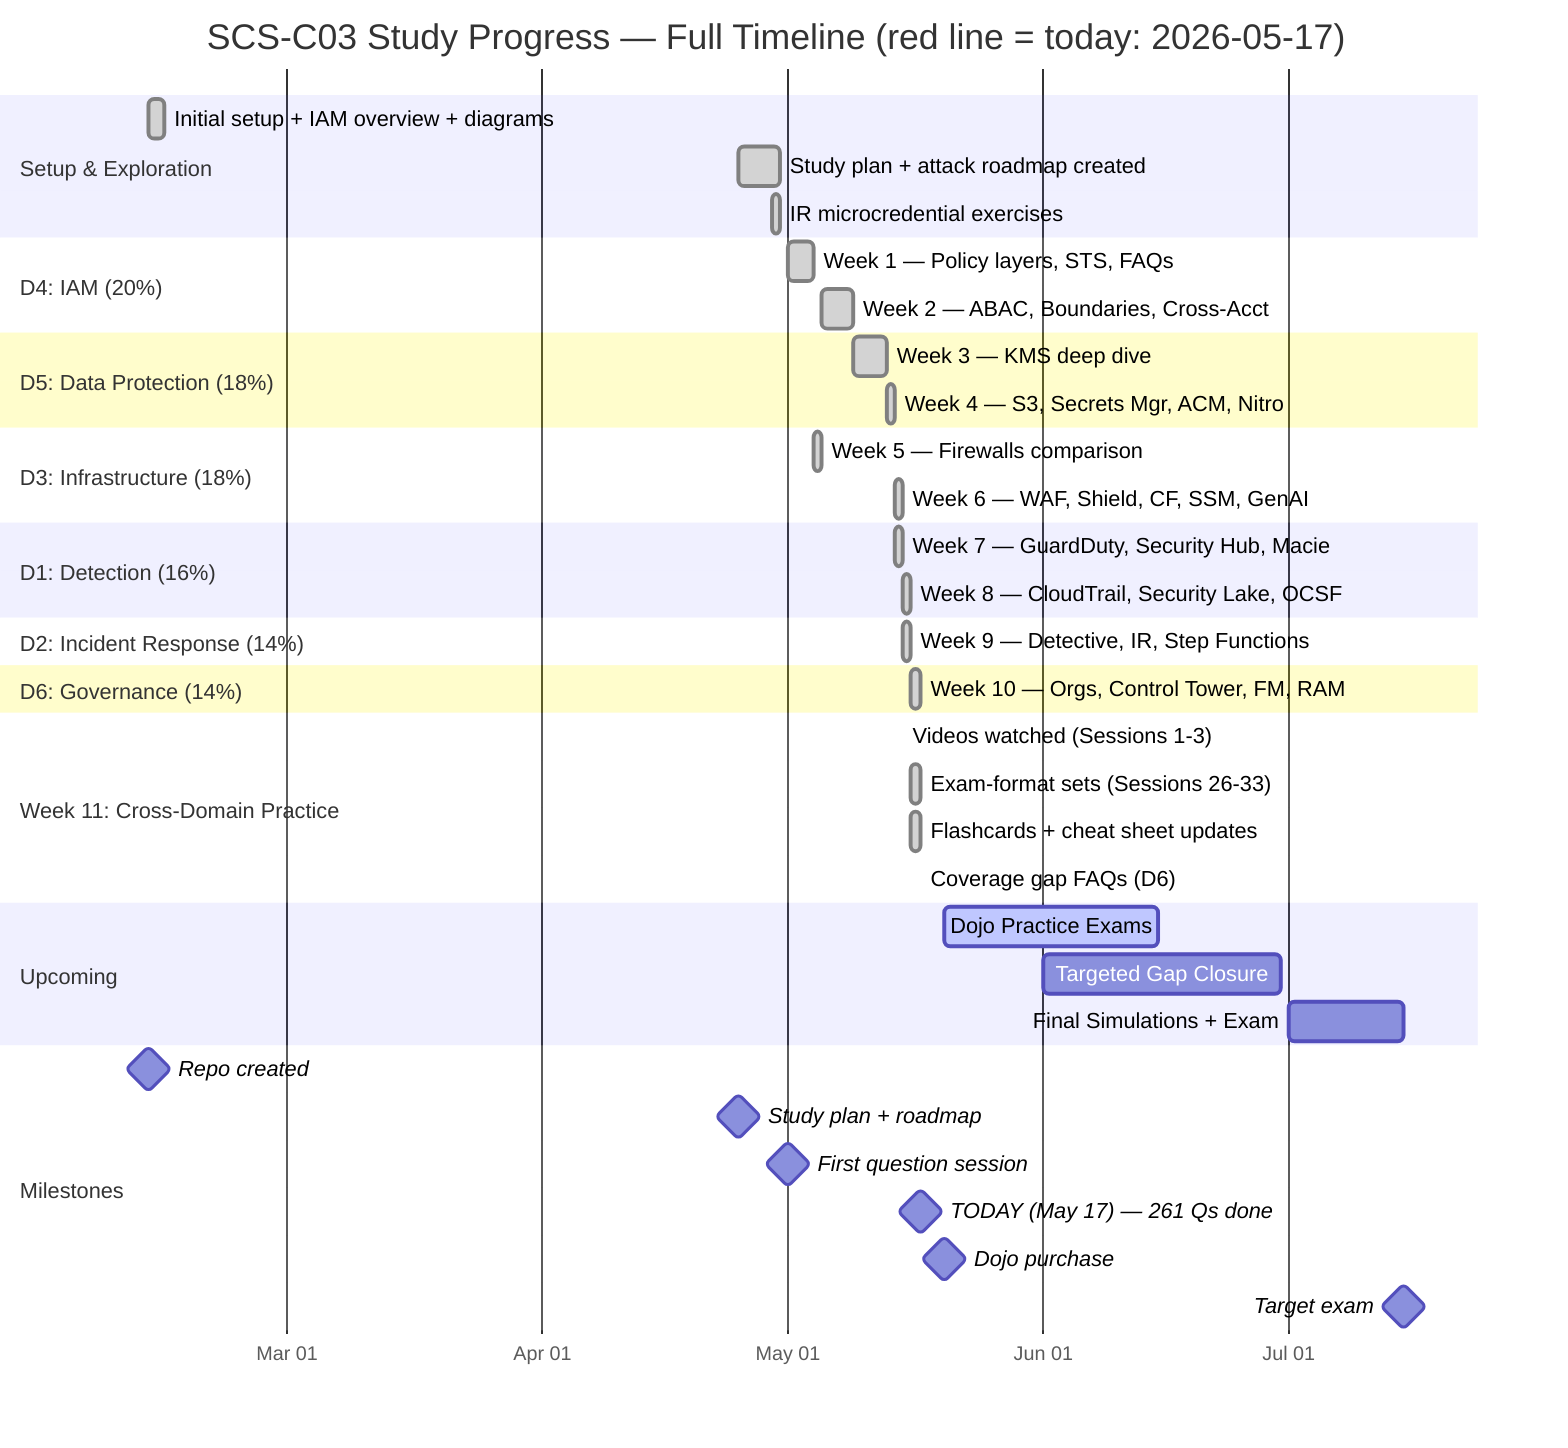
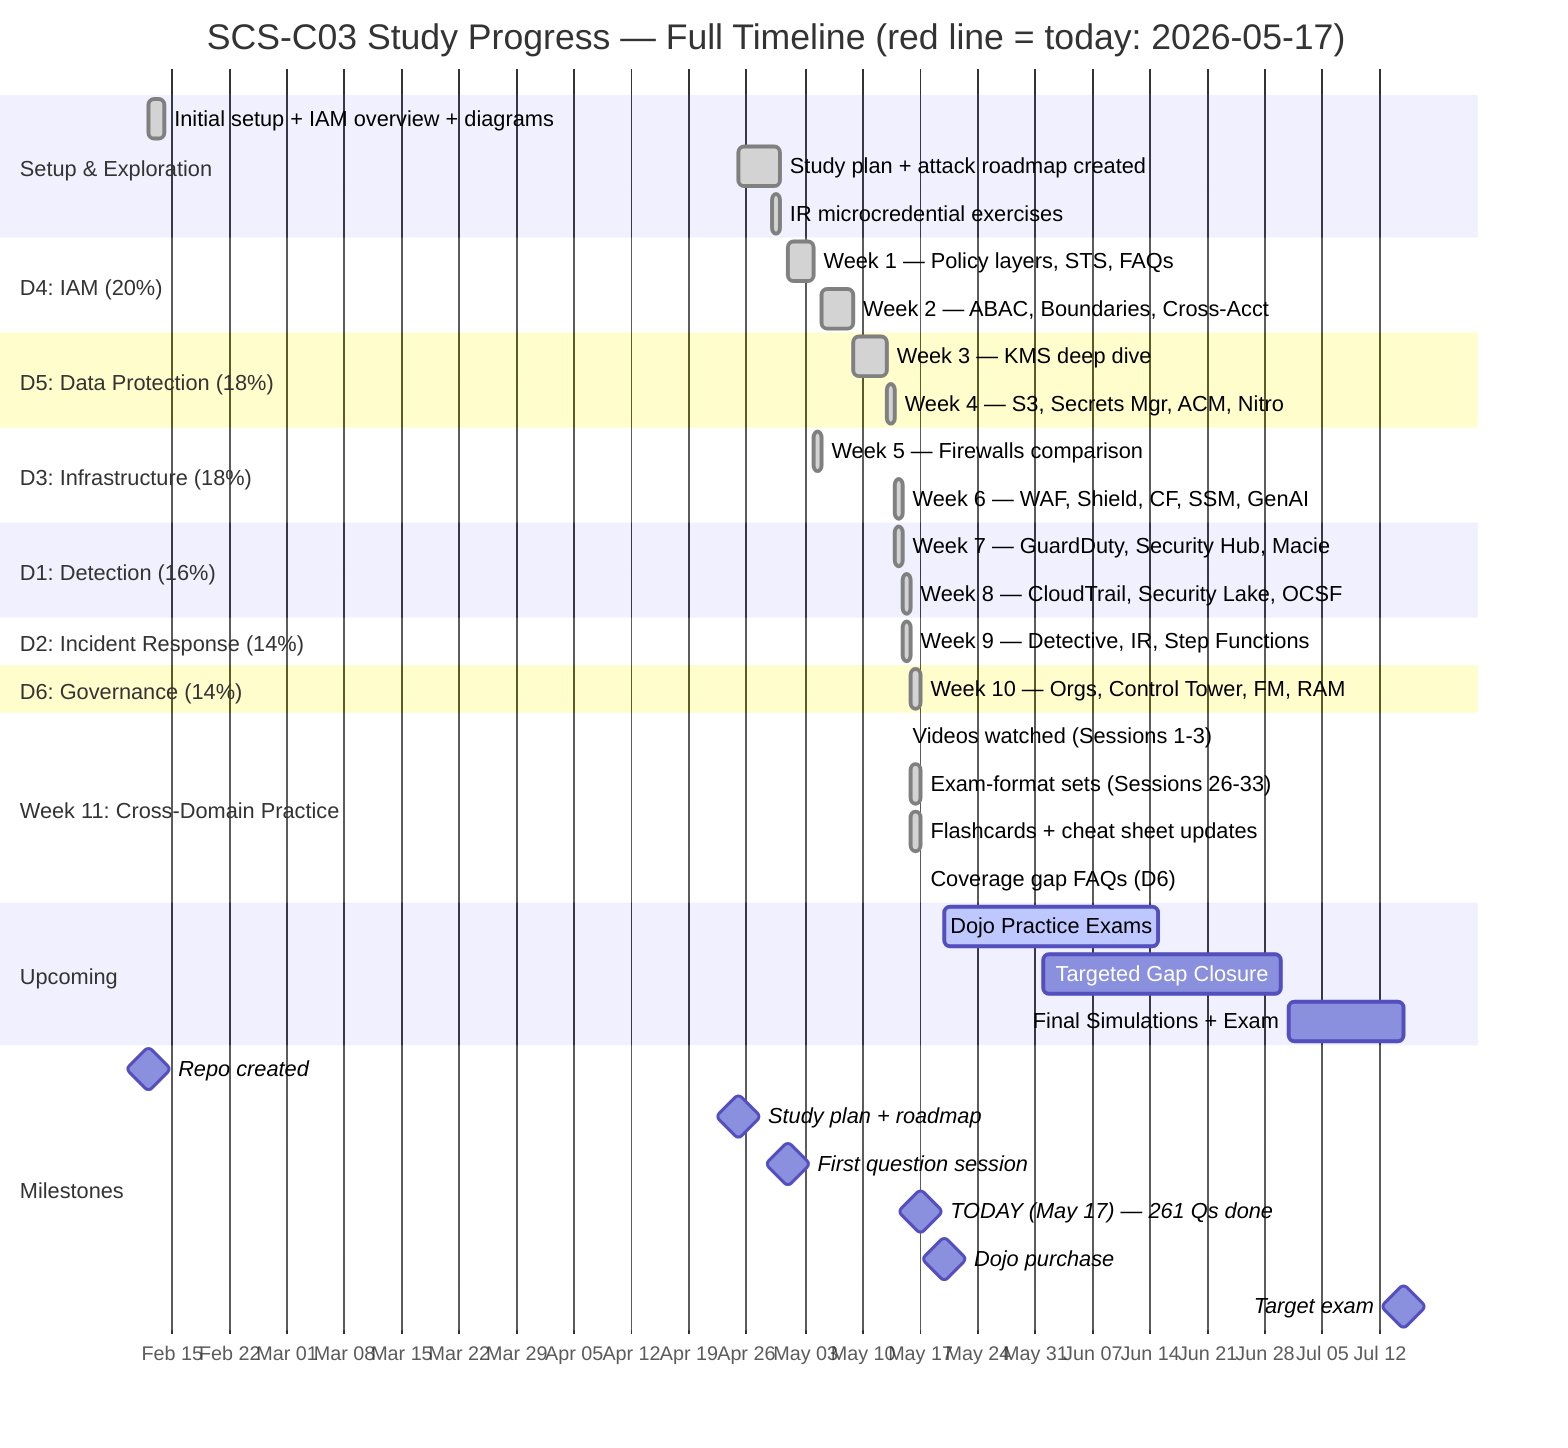
gantt
    title SCS-C03 Study Progress — Full Timeline (red line = today: 2026-05-17)
    dateFormat YYYY-MM-DD
    axisFormat %b %d
+     tickInterval 1week

    section Setup & Exploration
    Initial setup + IAM overview + diagrams  :done, setup, 2026-02-12, 2026-02-14
    Study plan + attack roadmap created      :done, plan, 2026-04-25, 2026-04-30
    IR microcredential exercises             :done, ir_micro, 2026-04-29, 2026-04-30

    section D4: IAM (20%)
    Week 1 — Policy layers, STS, FAQs        :done, w1, 2026-05-01, 2026-05-04
    Week 2 — ABAC, Boundaries, Cross-Acct    :done, w2, 2026-05-05, 2026-05-09

    section D5: Data Protection (18%)
    Week 3 — KMS deep dive                   :done, w3, 2026-05-09, 2026-05-13
    Week 4 — S3, Secrets Mgr, ACM, Nitro     :done, w4, 2026-05-13, 2026-05-14

    section D3: Infrastructure (18%)
    Week 5 — Firewalls comparison            :done, w5, 2026-05-04, 2026-05-05
    Week 6 — WAF, Shield, CF, SSM, GenAI     :done, w6, 2026-05-14, 2026-05-15

    section D1: Detection (16%)
    Week 7 — GuardDuty, Security Hub, Macie  :done, w7, 2026-05-14, 2026-05-15
    Week 8 — CloudTrail, Security Lake, OCSF :done, w8, 2026-05-15, 2026-05-16

    section D2: Incident Response (14%)
    Week 9 — Detective, IR, Step Functions   :done, w9, 2026-05-15, 2026-05-16

    section D6: Governance (14%)
    Week 10 — Orgs, Control Tower, FM, RAM   :done, w10, 2026-05-16, 2026-05-17

    section Week 11: Cross-Domain Practice
    Videos watched (Sessions 1-3)            :done, vid, 2026-05-15, 2026-05-15
    Exam-format sets (Sessions 26-33)        :done, w11a, 2026-05-16, 2026-05-17
    Flashcards + cheat sheet updates         :done, w11b, 2026-05-16, 2026-05-17
    Coverage gap FAQs (D6)                   :done, w11c, 2026-05-17, 2026-05-17

    section Upcoming
    Dojo Practice Exams                      :active, dojo, 2026-05-20, 2026-06-15
    Targeted Gap Closure                     :gaps, 2026-06-01, 2026-06-30
    Final Simulations + Exam                 :exam, 2026-07-01, 2026-07-15

    section Milestones
    Repo created                             :milestone, m0, 2026-02-12, 0d
    Study plan + roadmap                     :milestone, m1, 2026-04-25, 0d
    First question session                   :milestone, m2, 2026-05-01, 0d
    TODAY (May 17) — 261 Qs done             :milestone, m3, 2026-05-17, 0d
    Dojo purchase                            :milestone, m4, 2026-05-20, 0d
    Target exam                              :milestone, m5, 2026-07-15, 0d
